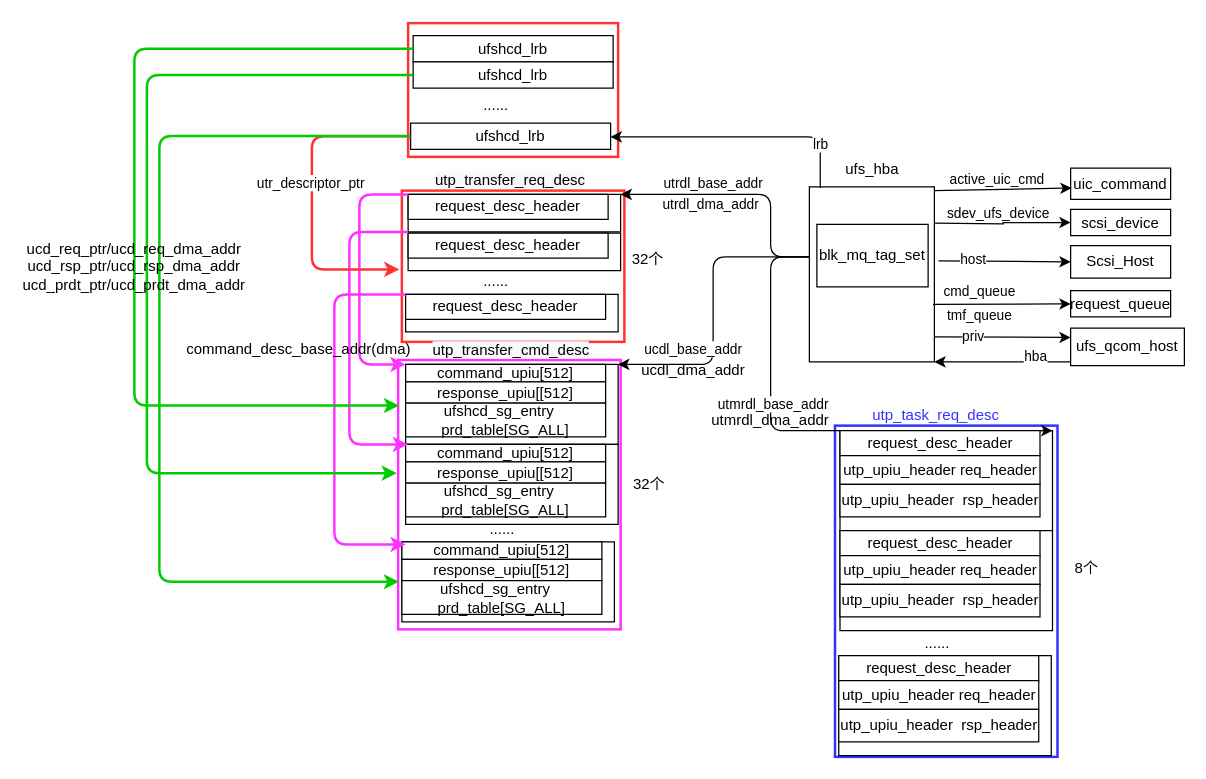
jasonactions/graph keeps this draw.io diagram as ufs.drawio. Above is the earlier version. Source tidied: cells renumbered, new cells numbered last; positions are measured from the earlier drawing's top-left corner, leaving out a move shared by most shapes. Both pictures are drawn from the tidied source at 125%, with x=0, y=0 at pixel (21, 22).
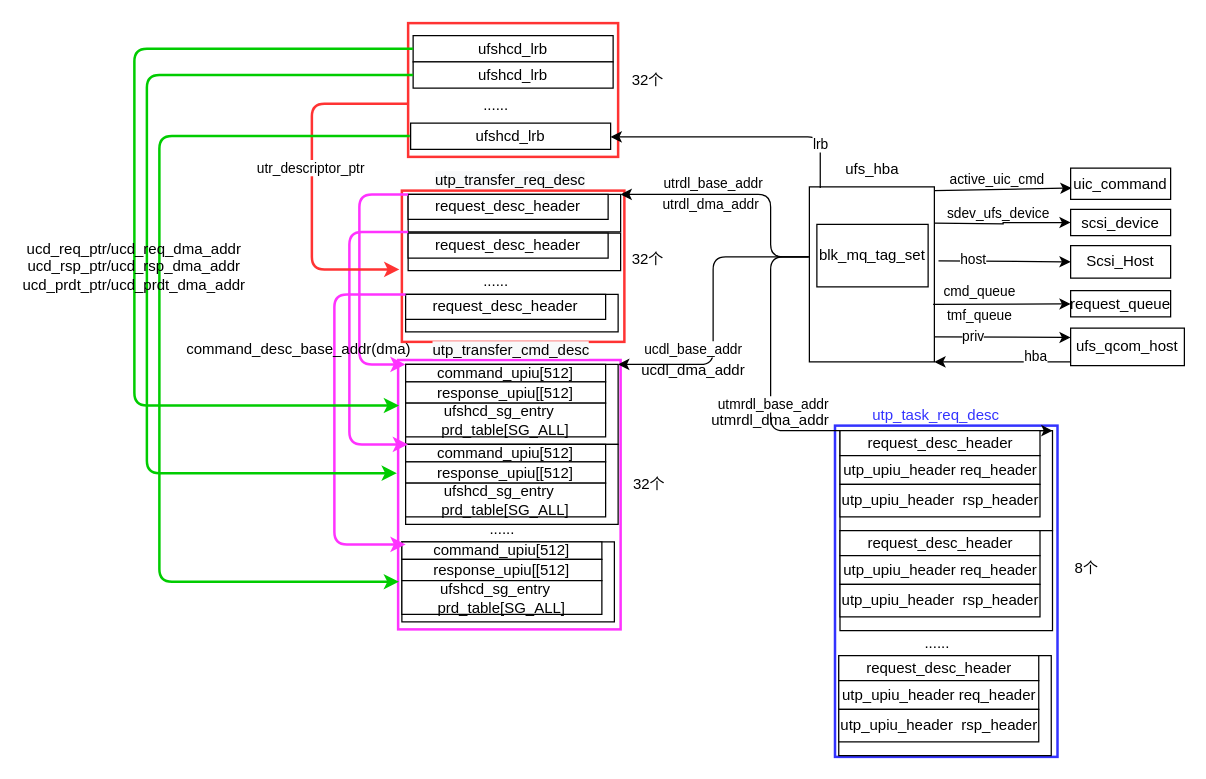
Above is the later version.

The change refers to these unchanged cells:
```xml
<mxCell id="2" style="rounded=0;whiteSpace=wrap;html=1;strokeColor=#FF3333;strokeWidth=2;" parent="1" vertex="1">
  <mxGeometry x="309" width="168" height="107" as="geometry" />
</mxCell>
<mxCell id="27" value="ufshcd_lrb" style="rounded=0;whiteSpace=wrap;html=1;" parent="1" vertex="1">
  <mxGeometry x="311" y="80" width="160" height="21" as="geometry" />
</mxCell>
```

The edit, as a diff of the source:
```diff
@@
-    <mxCell id="82" style="edgeStyle=elbowEdgeStyle;elbow=horizontal;endArrow=classic;html=1;exitX=0;exitY=0.5;exitDx=0;exitDy=0;strokeColor=#FF3333;strokeWidth=2;" parent="1" edge="1" source="27">
+    <mxCell id="82" style="edgeStyle=elbowEdgeStyle;elbow=horizontal;endArrow=classic;html=1;exitX=-0.004;exitY=0.603;exitDx=0;exitDy=0;strokeColor=#FF3333;strokeWidth=2;exitPerimeter=0;" parent="1" edge="1" source="2">
       <mxGeometry relative="1" as="geometry">
         <mxPoint x="302" y="197" as="targetPoint" />
         <Array as="points">
           <mxPoint x="232" y="147" />
         </Array>
       </mxGeometry>
     </mxCell>
@@
+    <mxCell id="91" value="32个" style="text;html=1;strokeColor=none;fillColor=none;align=center;verticalAlign=middle;whiteSpace=wrap;rounded=0;" parent="1" vertex="1">
+      <mxGeometry x="481" y="35.5" width="40" height="20" as="geometry" />
+    </mxCell>
```
